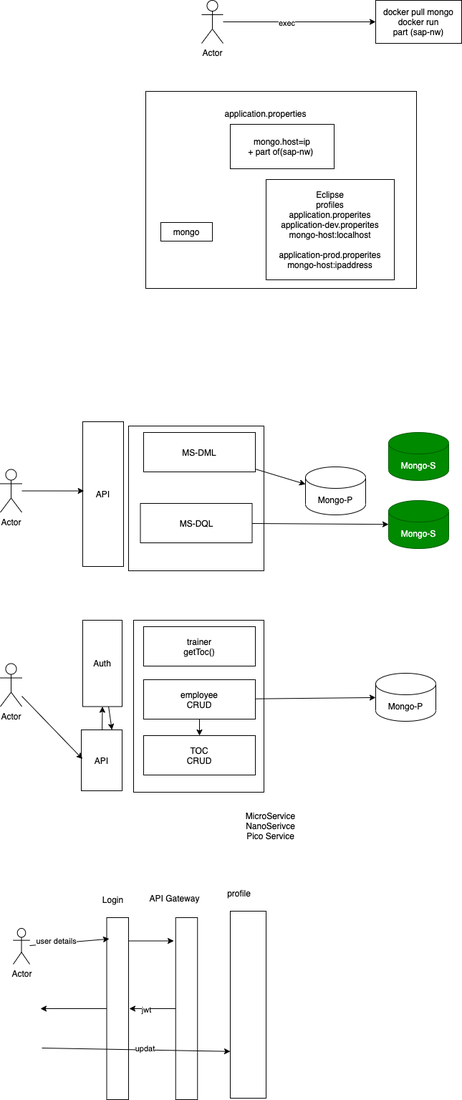
adithnaveen/sapient-inters-jan-2022 keeps this draw.io diagram as images/day25.drawio.png. Above is the earlier version. Source tidied: cells renumbered, new cells last; positions are measured from the earlier drawing's top-left corner, leaving out a move shared by most shapes. The source it was exported from:
```xml
<mxGraphModel>
  <root>
    <mxCell id="0" />
    <mxCell id="1" parent="0" />
    <mxCell id="2" style="rounded=0;whiteSpace=wrap;html=1;" parent="1" vertex="1">
      <mxGeometry x="203" y="127" width="378" height="275" as="geometry" />
    </mxCell>
    <mxCell id="3" value="docker pull mongo&lt;br&gt;docker run&lt;br&gt;part (sap-nw)" style="rounded=0;whiteSpace=wrap;html=1;" parent="1" vertex="1">
      <mxGeometry x="524" width="120" height="60" as="geometry" />
    </mxCell>
    <mxCell id="4" style="edgeStyle=none;html=1;entryX=0;entryY=0.5;entryDx=0;entryDy=0;" parent="1" edge="1" source="6" target="3">
      <mxGeometry relative="1" as="geometry" />
    </mxCell>
    <mxCell id="5" value="exec" style="edgeLabel;html=1;align=center;verticalAlign=middle;" parent="4" vertex="1">
      <mxGeometry x="-0.17" y="-2" relative="1" as="geometry" />
    </mxCell>
    <mxCell id="6" value="Actor" style="shape=umlActor;verticalLabelPosition=bottom;verticalAlign=top;html=1;outlineConnect=0;" parent="1" vertex="1">
      <mxGeometry x="281" width="30" height="60" as="geometry" />
    </mxCell>
    <mxCell id="7" value="mongo.host=ip&lt;br&gt;+ part of(sap-nw)&amp;nbsp;" style="rounded=0;whiteSpace=wrap;html=1;" parent="1" vertex="1">
      <mxGeometry x="321" y="173" width="145" height="62" as="geometry" />
    </mxCell>
    <mxCell id="8" value="application.properties" style="text;html=1;align=center;verticalAlign=middle;strokeColor=none;fillColor=none;" parent="1" vertex="1">
      <mxGeometry x="308" y="149" width="124" height="17" as="geometry" />
    </mxCell>
    <mxCell id="9" value="mongo" style="rounded=0;whiteSpace=wrap;html=1;" parent="1" vertex="1">
      <mxGeometry x="224" y="310" width="72" height="26" as="geometry" />
    </mxCell>
    <mxCell id="10" value="Eclipse&lt;br&gt;profiles&lt;br&gt;application.properites&lt;br&gt;application-dev.properites&lt;br&gt;mongo-host:localhost&lt;br&gt;&lt;br&gt;application-prod.properites&lt;br&gt;mongo-host:ipaddress" style="rounded=0;whiteSpace=wrap;html=1;" parent="1" vertex="1">
      <mxGeometry x="371" y="250" width="179" height="140" as="geometry" />
    </mxCell>
    <mxCell id="11" style="rounded=0;whiteSpace=wrap;html=1;" parent="1" vertex="1">
      <mxGeometry x="179" y="594" width="189" height="202" as="geometry" />
    </mxCell>
    <mxCell id="12" value="Mongo-P" style="shape=cylinder3;whiteSpace=wrap;html=1;boundedLbl=1;backgroundOutline=1;size=15;" parent="1" vertex="1">
      <mxGeometry x="426" y="651" width="84" height="67" as="geometry" />
    </mxCell>
    <mxCell id="13" value="Mongo-S" style="shape=cylinder3;whiteSpace=wrap;html=1;boundedLbl=1;backgroundOutline=1;size=15;fillColor=#008a00;fontColor=#ffffff;strokeColor=#005700;" parent="1" vertex="1">
      <mxGeometry x="542" y="603" width="84" height="67" as="geometry" />
    </mxCell>
    <mxCell id="14" value="Mongo-S" style="shape=cylinder3;whiteSpace=wrap;html=1;boundedLbl=1;backgroundOutline=1;size=15;fillColor=#008a00;fontColor=#ffffff;strokeColor=#005700;" parent="1" vertex="1">
      <mxGeometry x="542" y="698" width="84" height="67" as="geometry" />
    </mxCell>
    <mxCell id="15" style="edgeStyle=none;html=1;entryX=0;entryY=0;entryDx=0;entryDy=24.25;entryPerimeter=0;" parent="1" edge="1" source="16" target="12">
      <mxGeometry relative="1" as="geometry" />
    </mxCell>
    <mxCell id="16" value="MS-DML" style="rounded=0;whiteSpace=wrap;html=1;" parent="1" vertex="1">
      <mxGeometry x="200" y="603" width="156" height="55" as="geometry" />
    </mxCell>
    <mxCell id="17" value="API" style="rounded=0;whiteSpace=wrap;html=1;" parent="1" vertex="1">
      <mxGeometry x="115" y="588" width="57" height="202" as="geometry" />
    </mxCell>
    <mxCell id="18" style="edgeStyle=none;html=1;" parent="1" edge="1" source="19" target="14">
      <mxGeometry relative="1" as="geometry" />
    </mxCell>
    <mxCell id="19" value="MS-DQL" style="rounded=0;whiteSpace=wrap;html=1;" parent="1" vertex="1">
      <mxGeometry x="195.5" y="702" width="156" height="55" as="geometry" />
    </mxCell>
    <mxCell id="20" style="edgeStyle=none;html=1;entryX=0.029;entryY=0.478;entryDx=0;entryDy=0;entryPerimeter=0;" parent="1" edge="1" source="21" target="17">
      <mxGeometry relative="1" as="geometry" />
    </mxCell>
    <mxCell id="21" value="Actor" style="shape=umlActor;verticalLabelPosition=bottom;verticalAlign=top;html=1;outlineConnect=0;" parent="1" vertex="1">
      <mxGeometry y="654.5" width="30" height="60" as="geometry" />
    </mxCell>
    <mxCell id="22" style="rounded=0;whiteSpace=wrap;html=1;" parent="1" vertex="1">
      <mxGeometry x="186" y="865" width="182" height="240" as="geometry" />
    </mxCell>
    <mxCell id="23" value="Mongo-P" style="shape=cylinder3;whiteSpace=wrap;html=1;boundedLbl=1;backgroundOutline=1;size=15;" parent="1" vertex="1">
      <mxGeometry x="524" y="939" width="84" height="67" as="geometry" />
    </mxCell>
    <mxCell id="24" value="trainer&lt;br&gt;getToc()" style="rounded=0;whiteSpace=wrap;html=1;" parent="1" vertex="1">
      <mxGeometry x="200" y="874" width="156" height="55" as="geometry" />
    </mxCell>
    <mxCell id="25" style="edgeStyle=none;html=1;entryX=0.5;entryY=1;entryDx=0;entryDy=0;" parent="1" edge="1" source="26" target="35">
      <mxGeometry relative="1" as="geometry" />
    </mxCell>
    <mxCell id="26" value="API&lt;br&gt;" style="rounded=0;whiteSpace=wrap;html=1;" parent="1" vertex="1">
      <mxGeometry x="113" y="1018" width="57" height="85" as="geometry" />
    </mxCell>
    <mxCell id="27" style="edgeStyle=none;html=1;" parent="1" edge="1" source="29" target="23">
      <mxGeometry relative="1" as="geometry" />
    </mxCell>
    <mxCell id="28" style="edgeStyle=none;html=1;entryX=0.5;entryY=0;entryDx=0;entryDy=0;" parent="1" edge="1" source="29" target="32">
      <mxGeometry relative="1" as="geometry" />
    </mxCell>
    <mxCell id="29" value="employee&lt;br&gt;CRUD" style="rounded=0;whiteSpace=wrap;html=1;" parent="1" vertex="1">
      <mxGeometry x="200" y="948" width="156" height="55" as="geometry" />
    </mxCell>
    <mxCell id="30" style="edgeStyle=none;html=1;entryX=0.029;entryY=0.478;entryDx=0;entryDy=0;entryPerimeter=0;" parent="1" edge="1" source="31" target="26">
      <mxGeometry relative="1" as="geometry" />
    </mxCell>
    <mxCell id="31" value="Actor" style="shape=umlActor;verticalLabelPosition=bottom;verticalAlign=top;html=1;outlineConnect=0;" parent="1" vertex="1">
      <mxGeometry y="925.5" width="30" height="60" as="geometry" />
    </mxCell>
    <mxCell id="32" value="TOC&lt;br&gt;CRUD" style="rounded=0;whiteSpace=wrap;html=1;" parent="1" vertex="1">
      <mxGeometry x="200" y="1026" width="156" height="55" as="geometry" />
    </mxCell>
    <mxCell id="33" value="MicroService&lt;br&gt;NanoSerivce&lt;br&gt;Pico Service" style="text;html=1;align=center;verticalAlign=middle;strokeColor=none;fillColor=none;" parent="1" vertex="1">
      <mxGeometry x="338" y="1130" width="78" height="44" as="geometry" />
    </mxCell>
    <mxCell id="34" style="edgeStyle=none;html=1;entryX=0.75;entryY=0;entryDx=0;entryDy=0;" parent="1" edge="1" source="35" target="26">
      <mxGeometry relative="1" as="geometry" />
    </mxCell>
    <mxCell id="35" value="&lt;span&gt;Auth&lt;/span&gt;" style="rounded=0;whiteSpace=wrap;html=1;" parent="1" vertex="1">
      <mxGeometry x="115" y="865" width="55" height="120.5" as="geometry" />
    </mxCell>
    <mxCell id="36" style="edgeStyle=none;html=1;exitX=0.989;exitY=0.128;exitDx=0;exitDy=0;exitPerimeter=0;entryX=-0.087;entryY=0.128;entryDx=0;entryDy=0;entryPerimeter=0;" parent="1" edge="1" source="38" target="45">
      <mxGeometry relative="1" as="geometry" />
    </mxCell>
    <mxCell id="37" style="edgeStyle=none;html=1;" parent="1" edge="1" source="38">
      <mxGeometry relative="1" as="geometry">
        <mxPoint x="56" y="1407" as="targetPoint" />
      </mxGeometry>
    </mxCell>
    <mxCell id="38" style="rounded=0;whiteSpace=wrap;html=1;" parent="1" vertex="1">
      <mxGeometry x="148.5" y="1280" width="30.5" height="254" as="geometry" />
    </mxCell>
    <mxCell id="39" style="edgeStyle=none;html=1;entryX=0.115;entryY=0.117;entryDx=0;entryDy=0;entryPerimeter=0;" parent="1" edge="1" source="41" target="38">
      <mxGeometry relative="1" as="geometry" />
    </mxCell>
    <mxCell id="40" value="user details" style="edgeLabel;html=1;align=center;verticalAlign=middle;" parent="39" vertex="1">
      <mxGeometry x="-0.34" y="3" relative="1" as="geometry" />
    </mxCell>
    <mxCell id="41" value="Actor" style="shape=umlActor;verticalLabelPosition=bottom;verticalAlign=top;html=1;outlineConnect=0;" parent="1" vertex="1">
      <mxGeometry x="18" y="1295" width="23" height="50" as="geometry" />
    </mxCell>
    <mxCell id="42" value="Login" style="text;html=1;align=center;verticalAlign=middle;strokeColor=none;fillColor=none;" parent="1" vertex="1">
      <mxGeometry x="137" y="1246" width="39" height="17" as="geometry" />
    </mxCell>
    <mxCell id="43" style="edgeStyle=none;html=1;" parent="1" edge="1" source="45">
      <mxGeometry relative="1" as="geometry">
        <mxPoint x="180" y="1407" as="targetPoint" />
      </mxGeometry>
    </mxCell>
    <mxCell id="44" value="jwt" style="edgeLabel;html=1;align=center;verticalAlign=middle;" parent="43" vertex="1">
      <mxGeometry x="0.26" y="2" relative="1" as="geometry" />
    </mxCell>
    <mxCell id="45" style="rounded=0;whiteSpace=wrap;html=1;" parent="1" vertex="1">
      <mxGeometry x="244.8" y="1280" width="30.5" height="254" as="geometry" />
    </mxCell>
    <mxCell id="46" value="API Gateway" style="text;html=1;align=center;verticalAlign=middle;strokeColor=none;fillColor=none;" parent="1" vertex="1">
      <mxGeometry x="203" y="1244" width="80" height="17" as="geometry" />
    </mxCell>
    <mxCell id="47" style="endArrow=classic;html=1;entryX=0;entryY=0.75;entryDx=0;entryDy=0;" parent="1" edge="1" target="49">
      <mxGeometry relative="1" as="geometry">
        <mxPoint x="58" y="1462" as="sourcePoint" />
      </mxGeometry>
    </mxCell>
    <mxCell id="48" value="updat" style="edgeLabel;html=1;align=center;verticalAlign=middle;" parent="47" vertex="1">
      <mxGeometry x="0.09" y="2" relative="1" as="geometry" />
    </mxCell>
    <mxCell id="49" style="rounded=0;whiteSpace=wrap;html=1;" parent="1" vertex="1">
      <mxGeometry x="321" y="1271" width="50" height="261" as="geometry" />
    </mxCell>
    <mxCell id="50" value="profile" style="text;html=1;align=center;verticalAlign=middle;strokeColor=none;fillColor=none;" parent="1" vertex="1">
      <mxGeometry x="312" y="1237" width="42" height="17" as="geometry" />
    </mxCell>
  </root>
</mxGraphModel>
```
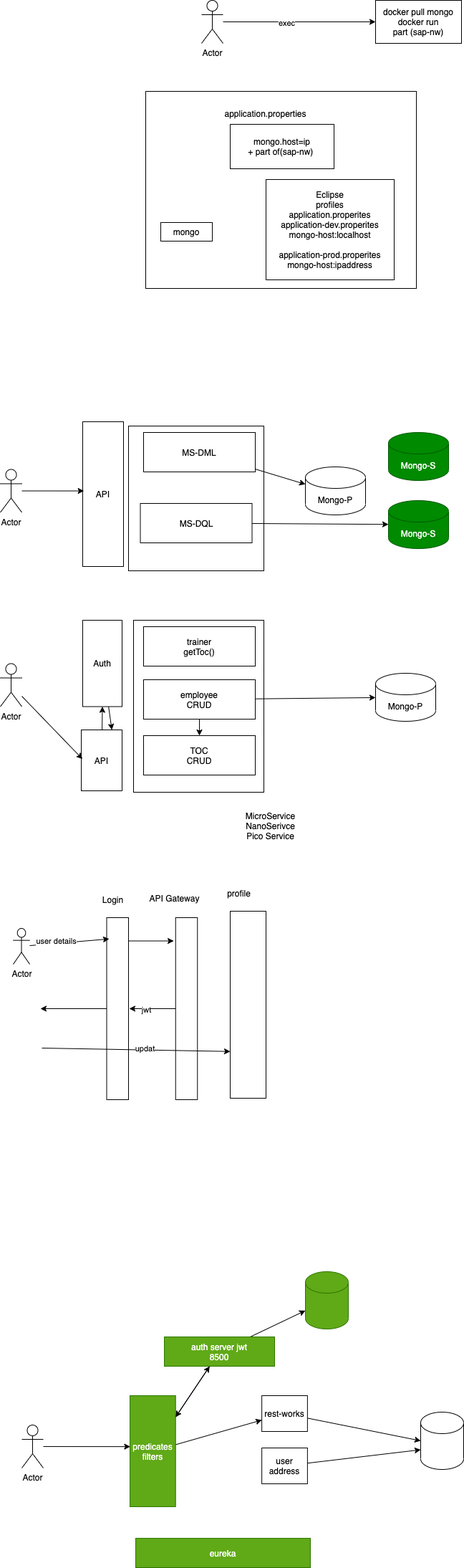
The same diagram one commit later.

Diff of the diagram source:
```diff
@@ -155,5 +155,50 @@
     <mxCell id="50" value="profile" style="text;html=1;align=center;verticalAlign=middle;strokeColor=none;fillColor=none;" parent="1" vertex="1">
       <mxGeometry x="312" y="1237" width="42" height="17" as="geometry" />
     </mxCell>
+    <mxCell id="51" style="edgeStyle=none;html=1;" parent="1" edge="1" source="53" target="60">
+      <mxGeometry relative="1" as="geometry" />
+    </mxCell>
+    <mxCell id="52" style="edgeStyle=none;html=1;" parent="1" edge="1" source="53" target="55">
+      <mxGeometry relative="1" as="geometry" />
+    </mxCell>
+    <mxCell id="53" value="predicates&lt;br&gt;filters" style="rounded=0;whiteSpace=wrap;html=1;fillColor=#60a917;fontColor=#ffffff;strokeColor=#2D7600;" parent="1" vertex="1">
+      <mxGeometry x="181" y="1947" width="63.8" height="155" as="geometry" />
+    </mxCell>
+    <mxCell id="54" style="edgeStyle=none;html=1;entryX=0;entryY=0.5;entryDx=0;entryDy=0;entryPerimeter=0;" parent="1" edge="1" source="55" target="64">
+      <mxGeometry relative="1" as="geometry" />
+    </mxCell>
+    <mxCell id="55" value="rest-works" style="rounded=0;whiteSpace=wrap;html=1;" parent="1" vertex="1">
+      <mxGeometry x="365.1" y="1947" width="63.8" height="50" as="geometry" />
+    </mxCell>
+    <mxCell id="56" style="edgeStyle=none;html=1;entryX=0;entryY=0;entryDx=0;entryDy=52.5;entryPerimeter=0;" parent="1" edge="1" source="57" target="64">
+      <mxGeometry relative="1" as="geometry" />
+    </mxCell>
+    <mxCell id="57" value="user address" style="rounded=0;whiteSpace=wrap;html=1;" parent="1" vertex="1">
+      <mxGeometry x="365.1" y="2020" width="63.8" height="50" as="geometry" />
+    </mxCell>
+    <mxCell id="58" style="edgeStyle=none;html=1;" parent="1" edge="1" source="60" target="53">
+      <mxGeometry relative="1" as="geometry" />
+    </mxCell>
+    <mxCell id="59" style="edgeStyle=none;html=1;" parent="1" edge="1" source="60" target="63">
+      <mxGeometry relative="1" as="geometry" />
+    </mxCell>
+    <mxCell id="60" value="auth server jwt&lt;br&gt;8500" style="rounded=0;whiteSpace=wrap;html=1;fillColor=#60a917;fontColor=#ffffff;strokeColor=#2D7600;" parent="1" vertex="1">
+      <mxGeometry x="229" y="1865" width="154" height="41" as="geometry" />
+    </mxCell>
+    <mxCell id="61" style="edgeStyle=none;html=1;entryX=0.007;entryY=0.459;entryDx=0;entryDy=0;entryPerimeter=0;" parent="1" edge="1" source="62" target="53">
+      <mxGeometry relative="1" as="geometry" />
+    </mxCell>
+    <mxCell id="62" value="Actor" style="shape=umlActor;verticalLabelPosition=bottom;verticalAlign=top;html=1;outlineConnect=0;" parent="1" vertex="1">
+      <mxGeometry x="30" y="1988" width="30" height="60" as="geometry" />
+    </mxCell>
+    <mxCell id="63" style="shape=cylinder3;whiteSpace=wrap;html=1;boundedLbl=1;backgroundOutline=1;size=15;fillColor=#60a917;fontColor=#ffffff;strokeColor=#2D7600;" parent="1" vertex="1">
+      <mxGeometry x="426" y="1774" width="60" height="80" as="geometry" />
+    </mxCell>
+    <mxCell id="64" style="shape=cylinder3;whiteSpace=wrap;html=1;boundedLbl=1;backgroundOutline=1;size=15;" parent="1" vertex="1">
+      <mxGeometry x="587" y="1970" width="60" height="80" as="geometry" />
+    </mxCell>
+    <mxCell id="65" value="eureka" style="rounded=0;whiteSpace=wrap;html=1;fillColor=#60a917;fontColor=#ffffff;strokeColor=#2D7600;" parent="1" vertex="1">
+      <mxGeometry x="189" y="2146" width="244" height="41" as="geometry" />
+    </mxCell>
   </root>
 </mxGraphModel>
```
